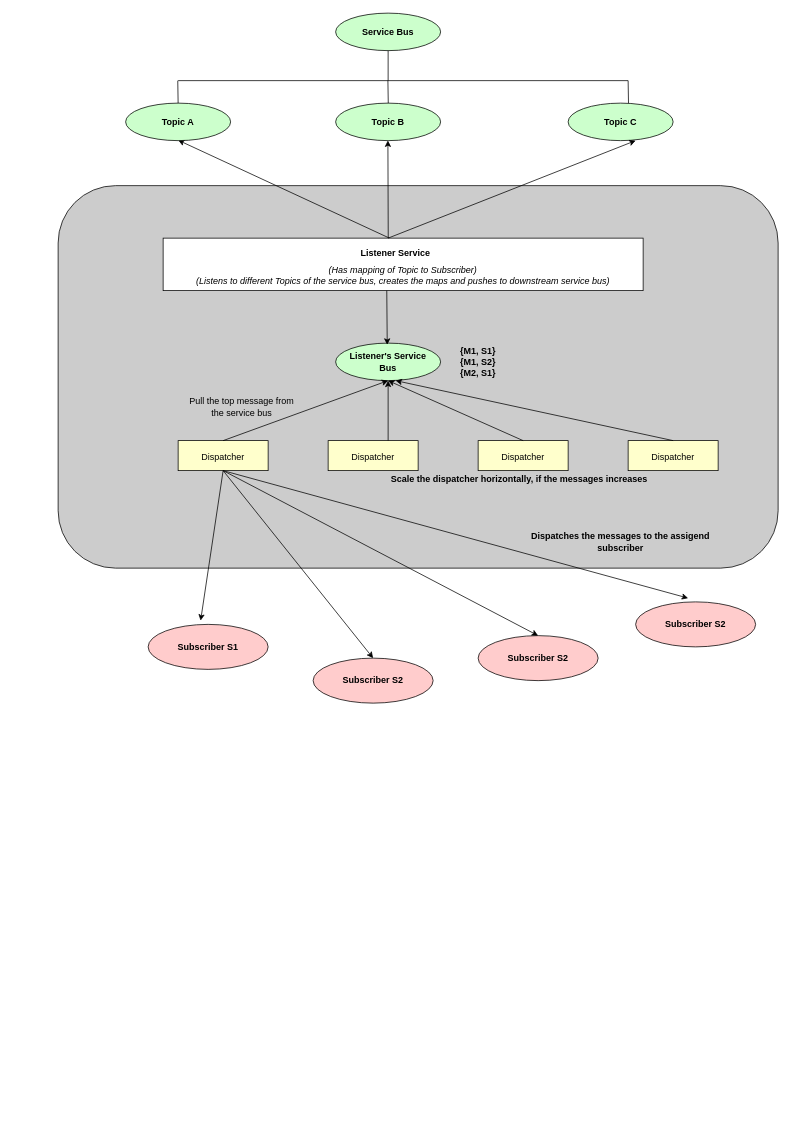
Above: Polling.drawio in ankitverma5859/drawio (draw.io), before the change. Source tidied: cells renumbered, new cells numbered last; positions are measured from the earlier drawing's top-left corner, leaving out a move shared by most shapes. Both pictures are drawn from the tidied source at 75%, with x=0, y=0 at pixel (58, 13).
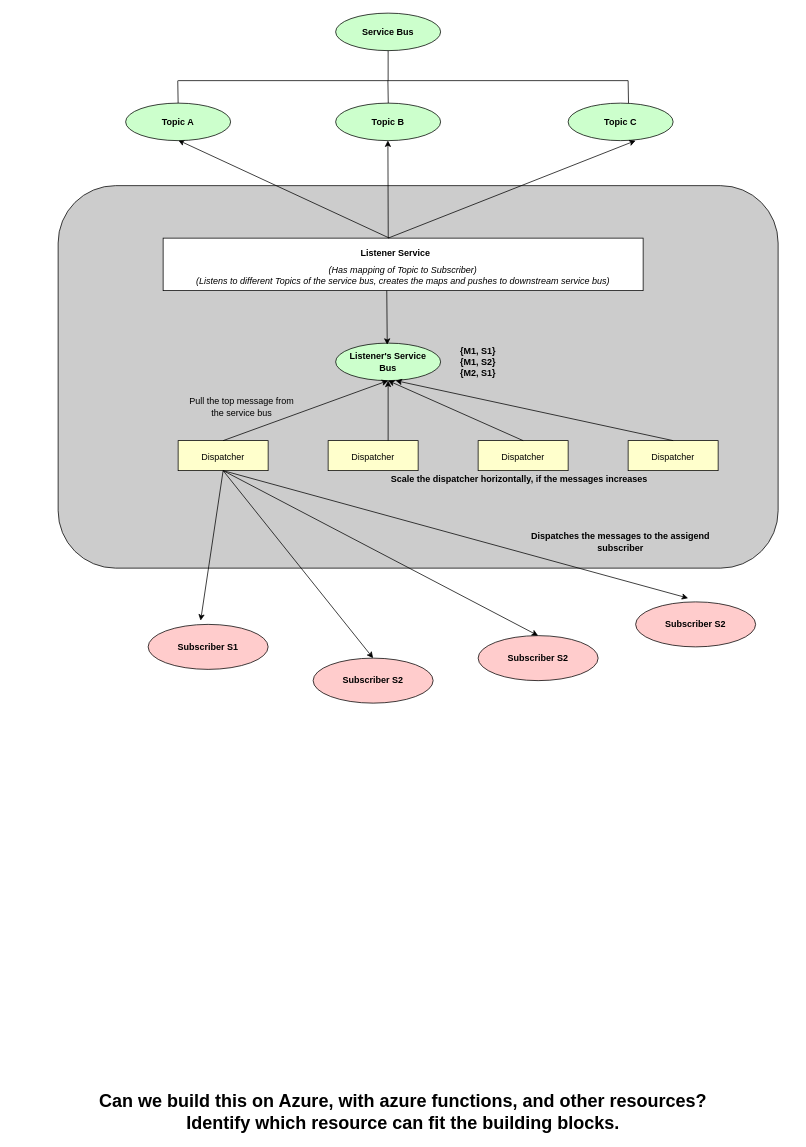
After the change.

Diff of the diagram source:
```diff
@@
+    <mxCell id="53" value="&lt;b&gt;&lt;font style=&quot;font-size: 24px;&quot;&gt;Can we build this on Azure, with azure functions, and other resources?&lt;br&gt;Identify which resource can fit the building blocks.&lt;/font&gt;&lt;/b&gt;" style="text;html=1;align=center;verticalAlign=middle;whiteSpace=wrap;rounded=0;" parent="1" vertex="1">
+      <mxGeometry x="-60" y="1450" width="1040" height="30" as="geometry" />
+    </mxCell>
```
